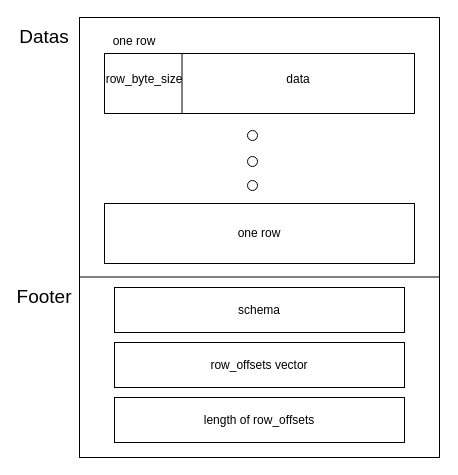
This is Untitled Diagram.drawio from vagetablechicken/drawio, a draw.io file, before an edit. Source tidied: cells renumbered, new cells numbered last; positions are measured from the earlier drawing's top-left corner, leaving out a move shared by most shapes. Both pictures are drawn from the tidied source at 100%, with x=0, y=0 at pixel (24, 17).
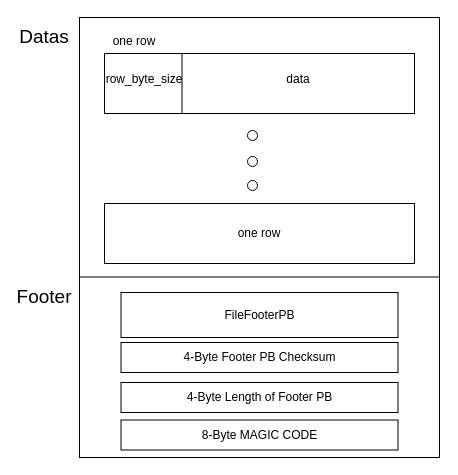
The same diagram, later.

Diff of the diagram source:
```diff
@@
 <mxGraphModel>
   <root>
     <mxCell id="0" />
     <mxCell id="1" parent="0" />
     <mxCell id="2" style="rounded=0;whiteSpace=wrap;html=1;" parent="1" vertex="1">
       <mxGeometry x="55" width="360" height="440" as="geometry" />
     </mxCell>
     <mxCell id="3" style="rounded=0;whiteSpace=wrap;html=1;" parent="1" vertex="1">
       <mxGeometry x="80" y="36" width="310" height="60" as="geometry" />
     </mxCell>
     <mxCell id="4" style="endArrow=none;html=1;exitX=0;exitY=0.75;exitDx=0;exitDy=0;entryX=1;entryY=0.75;entryDx=0;entryDy=0;" parent="1" edge="1">
       <mxGeometry relative="1" as="geometry">
         <mxPoint x="55" y="259.5" as="sourcePoint" />
         <mxPoint x="415" y="259.5" as="targetPoint" />
       </mxGeometry>
     </mxCell>
     <mxCell id="5" style="endArrow=none;html=1;entryX=0.25;entryY=0;entryDx=0;entryDy=0;exitX=0.25;exitY=1;exitDx=0;exitDy=0;" parent="1" edge="1" source="3" target="3">
       <mxGeometry relative="1" as="geometry" />
     </mxCell>
     <mxCell id="6" value="row_byte_size" style="text;html=1;strokeColor=none;fillColor=none;align=center;verticalAlign=middle;whiteSpace=wrap;rounded=0;" parent="1" vertex="1">
       <mxGeometry x="100" y="52" width="40" height="20" as="geometry" />
     </mxCell>
     <mxCell id="7" value="data" style="text;html=1;strokeColor=none;fillColor=none;align=center;verticalAlign=middle;whiteSpace=wrap;rounded=0;" parent="1" vertex="1">
       <mxGeometry x="254" y="52" width="40" height="20" as="geometry" />
     </mxCell>
     <mxCell id="8" value="one row" style="text;html=1;strokeColor=none;fillColor=none;align=center;verticalAlign=middle;whiteSpace=wrap;rounded=0;" parent="1" vertex="1">
       <mxGeometry x="80" y="14" width="60" height="20" as="geometry" />
     </mxCell>
     <mxCell id="9" style="ellipse;whiteSpace=wrap;html=1;" parent="1" vertex="1">
       <mxGeometry x="223" y="113" width="10" height="10" as="geometry" />
     </mxCell>
     <mxCell id="10" style="ellipse;whiteSpace=wrap;html=1;" parent="1" vertex="1">
       <mxGeometry x="223" y="139" width="10" height="10" as="geometry" />
     </mxCell>
     <mxCell id="11" style="ellipse;whiteSpace=wrap;html=1;" parent="1" vertex="1">
       <mxGeometry x="223" y="163" width="10" height="10" as="geometry" />
     </mxCell>
-    <mxCell id="12" value="row_offsets vector" style="rounded=0;whiteSpace=wrap;html=1;" parent="1" vertex="1">
-      <mxGeometry x="90" y="325" width="290" height="45" as="geometry" />
-    </mxCell>
-    <mxCell id="13" value="length of row_offsets" style="rounded=0;whiteSpace=wrap;html=1;" parent="1" vertex="1">
-      <mxGeometry x="90" y="380" width="290" height="45" as="geometry" />
-    </mxCell>
     <mxCell id="14" value="one row" style="rounded=0;whiteSpace=wrap;html=1;" parent="1" vertex="1">
       <mxGeometry x="80" y="186" width="310" height="60" as="geometry" />
     </mxCell>
-    <mxCell id="15" value="schema" style="rounded=0;whiteSpace=wrap;html=1;" parent="1" vertex="1">
-      <mxGeometry x="90" y="270" width="290" height="45" as="geometry" />
-    </mxCell>
     <mxCell id="16" value="&lt;font style=&quot;font-size: 19px&quot;&gt;Footer&lt;/font&gt;" style="text;html=1;strokeColor=none;fillColor=none;align=center;verticalAlign=middle;whiteSpace=wrap;rounded=0;" parent="1" vertex="1">
       <mxGeometry y="270" width="40" height="20" as="geometry" />
     </mxCell>
     <mxCell id="17" value="&lt;span style=&quot;font-size: 19px&quot;&gt;Datas&lt;/span&gt;" style="text;html=1;strokeColor=none;fillColor=none;align=center;verticalAlign=middle;whiteSpace=wrap;rounded=0;" parent="1" vertex="1">
       <mxGeometry y="10" width="40" height="20" as="geometry" />
     </mxCell>
+    <mxCell id="18" value="FileFooterPB" style="rounded=0;whiteSpace=wrap;html=1;" parent="1" vertex="1">
+      <mxGeometry x="96.5" y="275" width="277" height="45" as="geometry" />
+    </mxCell>
+    <mxCell id="19" value="4-Byte Footer PB Checksum" style="rounded=0;whiteSpace=wrap;html=1;" parent="1" vertex="1">
+      <mxGeometry x="96.5" y="325" width="277" height="30" as="geometry" />
+    </mxCell>
+    <mxCell id="20" value="4-Byte Length of Footer PB" style="rounded=0;whiteSpace=wrap;html=1;" parent="1" vertex="1">
+      <mxGeometry x="96.5" y="365" width="277" height="30" as="geometry" />
+    </mxCell>
+    <mxCell id="21" value="8-Byte MAGIC CODE" style="rounded=0;whiteSpace=wrap;html=1;" parent="1" vertex="1">
+      <mxGeometry x="96.5" y="402.5" width="277" height="30" as="geometry" />
+    </mxCell>
   </root>
 </mxGraphModel>
```
